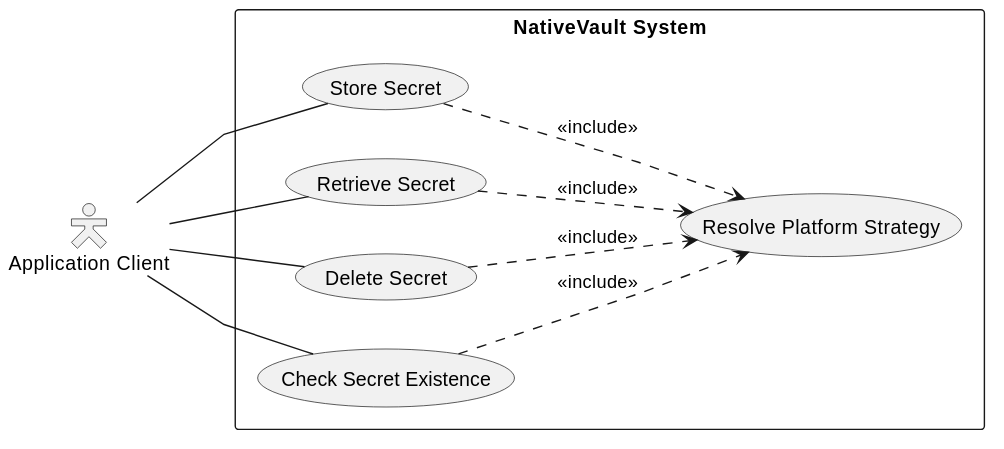
Above: docs/uml/usecase.svg in Lob2018/native-vault (PlantUML), before the change. Its diagram source:
```plantuml
@startuml
skinparam actorStyle hollow
skinparam packageStyle rectangle
skinparam linetype polyline

left to right direction

actor "Application Client" as Client

rectangle "NativeVault System" {
    usecase "Store Secret" as UC1
    usecase "Retrieve Secret" as UC2
    usecase "Delete Secret" as UC3
    usecase "Check Secret Existence" as UC4
    usecase "Resolve Platform Strategy" as UC5
}

Client -- UC1
Client -- UC2
Client -- UC3
Client -- UC4

UC1 ..> UC5 : <<include>>
UC2 ..> UC5 : <<include>>
UC3 ..> UC5 : <<include>>
UC4 ..> UC5 : <<include>>
@enduml
```
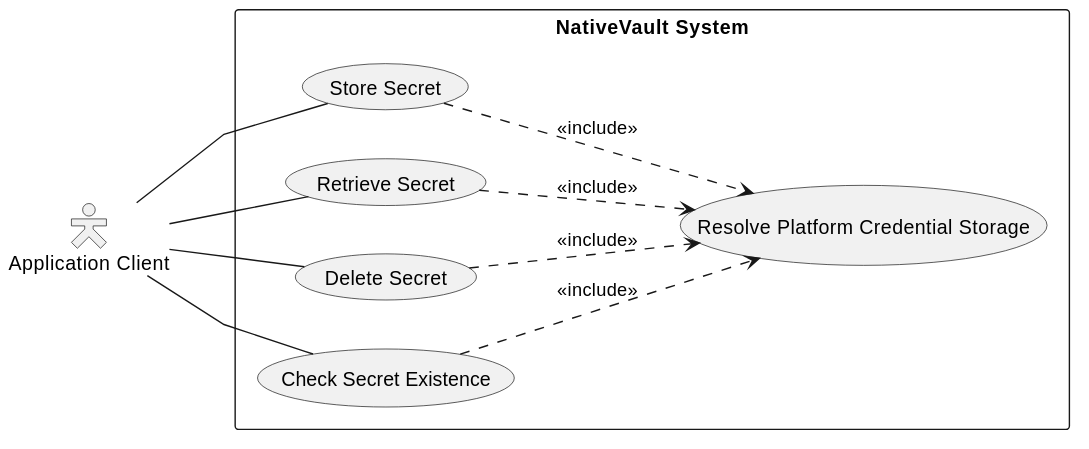
Later version of the same file.

Diff of the diagram source:
```diff
@@ -12,7 +12,7 @@
     usecase "Retrieve Secret" as UC2
     usecase "Delete Secret" as UC3
     usecase "Check Secret Existence" as UC4
-    usecase "Resolve Platform Strategy" as UC5
+    usecase "Resolve Platform Credential Storage" as UC5
 }
 
 Client -- UC1
```
